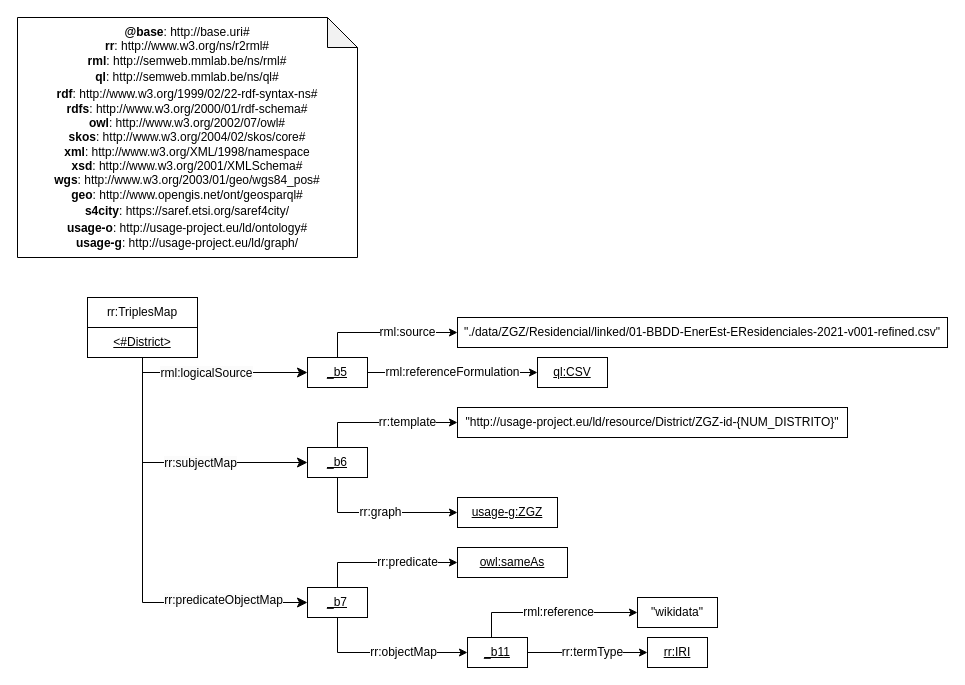
OnToologyUser/ZGZ_ghg_emissions_knowledge_graph keeps this draw.io diagram as linking/ZGZ/Residencial/linking_mapping.drawio. Above is the earlier version. Source tidied: cells renumbered, new cells numbered last; positions are measured from the earlier drawing's top-left corner, leaving out a move shared by most shapes. Both pictures are drawn from the tidied source at 100%, with x=0, y=0 at pixel (17, 17).
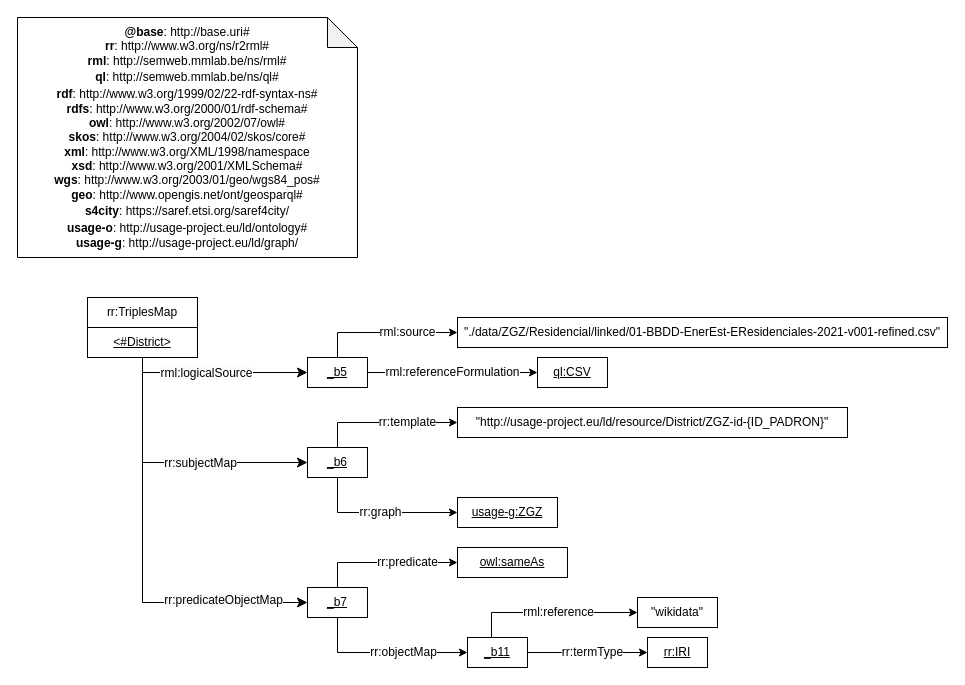
The same page after the edit.

Diff of the diagram source:
```diff
@@
-    <mxCell id="16" value="&quot;http://usage-project.eu/ld/resource/District/ZGZ-id-{NUM_DISTRITO&lt;span style=&quot;border-color: var(--border-color); background-color: initial;&quot;&gt;}&quot;&lt;/span&gt;" style="rounded=0;whiteSpace=wrap;html=1;snapToPoint=1;" parent="1" vertex="1">
+    <mxCell id="16" value="&quot;http://usage-project.eu/ld/resource/District/ZGZ-id-{ID_PADRON&lt;span style=&quot;border-color: var(--border-color); background-color: initial;&quot;&gt;}&quot;&lt;/span&gt;" style="rounded=0;whiteSpace=wrap;html=1;snapToPoint=1;" parent="1" vertex="1">
       <mxGeometry x="440" y="390" width="390" height="30" as="geometry" />
     </mxCell>
```
